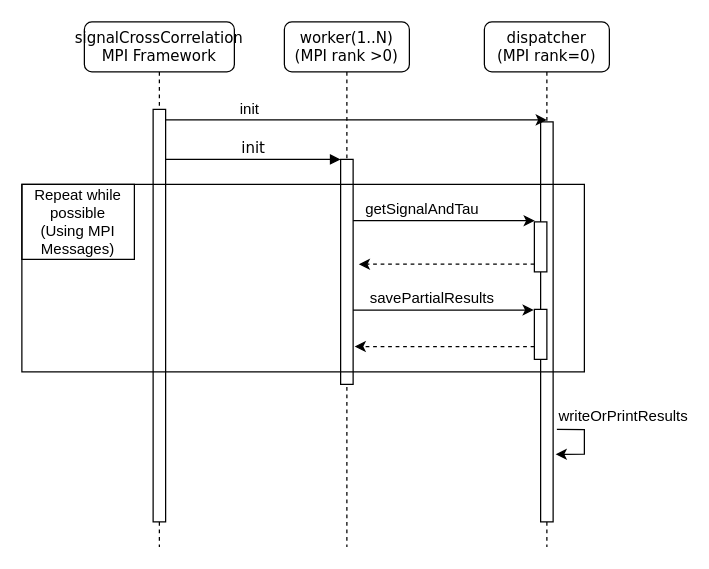
Before: project/version03_MPI/report/crossCorrelationInteraction.drawio in FilipeLopesPires/Multithreaded-WordCount, a draw.io diagram. Source tidied: cells renumbered, new cells numbered last; positions are measured from the earlier drawing's top-left corner, leaving out a move shared by most shapes. Both pictures are drawn from the tidied source at 125%, with x=0, y=0 at pixel (21, 21).
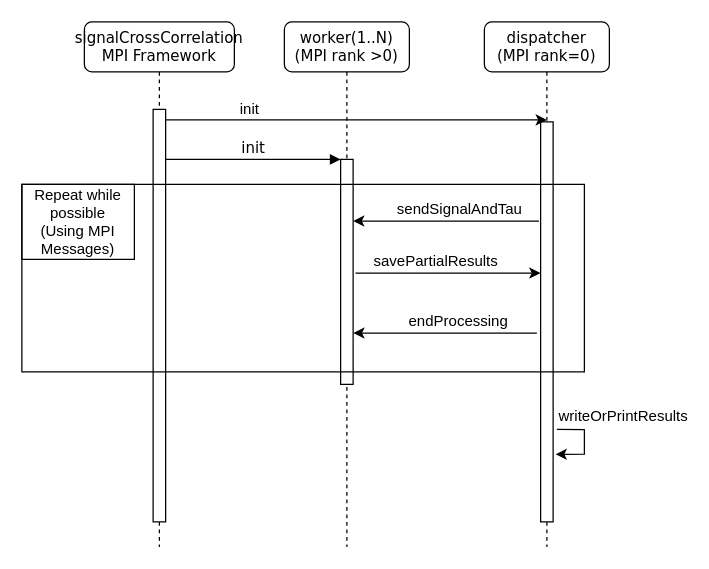
Above is the later version.

Unchanged cells that the change refers to:
```xml
<mxCell id="3" style="html=1;points=[];perimeter=orthogonalPerimeter;rounded=0;shadow=0;comic=0;labelBackgroundColor=none;strokeWidth=1;fontFamily=Verdana;fontSize=12;align=center;" parent="2" vertex="1">
  <mxGeometry x="45" y="110" width="10" height="180" as="geometry" />
</mxCell>
<mxCell id="4" value="dispatcher&lt;br&gt;(MPI rank=0)" style="shape=umlLifeline;perimeter=lifelinePerimeter;whiteSpace=wrap;html=1;rounded=1;shadow=0;comic=0;labelBackgroundColor=none;strokeWidth=1;fontFamily=Verdana;fontSize=12;align=center;" parent="1" vertex="1">
  <mxGeometry x="370" width="100" height="420" as="geometry" />
</mxCell>
<mxCell id="5" style="html=1;points=[];perimeter=orthogonalPerimeter;rounded=0;shadow=0;comic=0;labelBackgroundColor=none;strokeWidth=1;fontFamily=Verdana;fontSize=12;align=center;" parent="4" vertex="1">
  <mxGeometry x="45" y="80" width="10" height="320" as="geometry" />
</mxCell>
```

Diff of the diagram source:
```diff
@@
-    <mxCell id="6" style="html=1;points=[];perimeter=orthogonalPerimeter;rounded=0;shadow=0;comic=0;labelBackgroundColor=none;strokeWidth=1;fontFamily=Verdana;fontSize=12;align=center;" parent="4" vertex="1">
-      <mxGeometry x="40" y="160" width="10" height="40" as="geometry" />
-    </mxCell>
-    <mxCell id="7" style="html=1;points=[];perimeter=orthogonalPerimeter;rounded=0;shadow=0;comic=0;labelBackgroundColor=none;strokeWidth=1;fontFamily=Verdana;fontSize=12;align=center;" parent="4" vertex="1">
-      <mxGeometry x="40" y="230" width="10" height="40" as="geometry" />
-    </mxCell>
-    <mxCell id="8" style="edgeStyle=none;rounded=0;jettySize=auto;html=1;entryX=-0.05;entryY=0.013;entryDx=0;entryDy=0;entryPerimeter=0;" parent="4" edge="1" target="7">
-      <mxGeometry relative="1" as="geometry">
-        <mxPoint x="-105" y="230.5" as="sourcePoint" />
-      </mxGeometry>
-    </mxCell>
-    <mxCell id="9" value="savePartialResults" style="text;html=1;align=center;verticalAlign=middle;labelBackgroundColor=#ffffff;" parent="8" vertex="1">
-      <mxGeometry x="-0.13" y="-1" relative="1" as="geometry">
-        <mxPoint y="-11" as="offset" />
-      </mxGeometry>
-    </mxCell>
-    <mxCell id="10" style="edgeStyle=none;rounded=0;jettySize=auto;html=1;entryX=1.117;entryY=0.776;entryDx=0;entryDy=0;entryPerimeter=0;dashed=1;" parent="4" edge="1" source="7">
-      <mxGeometry relative="1" as="geometry">
-        <mxPoint x="-103.8" y="259.7" as="targetPoint" />
-      </mxGeometry>
-    </mxCell>
@@
+    <mxCell id="21" value="Repeat while&lt;br&gt;possible&lt;br&gt;(Using MPI Messages)" style="rounded=0;whiteSpace=wrap;html=1;fillColor=none;" parent="1" vertex="1">
+      <mxGeometry y="130" width="90" height="60" as="geometry" />
+    </mxCell>
+    <mxCell id="8" style="edgeStyle=none;rounded=0;jettySize=auto;html=1;entryX=-0.014;entryY=0.378;entryDx=0;entryDy=0;entryPerimeter=0;exitX=1.186;exitY=0.506;exitDx=0;exitDy=0;exitPerimeter=0;" parent="1" edge="1" source="3" target="5">
+      <mxGeometry relative="1" as="geometry" />
+    </mxCell>
+    <mxCell id="9" value="savePartialResults" style="text;html=1;align=center;verticalAlign=middle;labelBackgroundColor=#ffffff;" parent="8" vertex="1">
+      <mxGeometry x="-0.13" y="-1" relative="1" as="geometry">
+        <mxPoint y="-11" as="offset" />
+      </mxGeometry>
+    </mxCell>
-    <mxCell id="18" style="edgeStyle=none;rounded=0;jettySize=auto;html=1;entryX=0.033;entryY=-0.023;entryDx=0;entryDy=0;entryPerimeter=0;" parent="1" edge="1" source="3" target="6">
+    <mxCell id="18" style="edgeStyle=none;rounded=0;jettySize=auto;html=1;exitX=-0.129;exitY=0.248;exitDx=0;exitDy=0;exitPerimeter=0;" parent="1" edge="1" source="5" target="3">
       <mxGeometry relative="1" as="geometry" />
     </mxCell>
-    <mxCell id="19" value="getSignalAndTau" style="text;html=1;align=center;verticalAlign=middle;labelBackgroundColor=#ffffff;" parent="18" vertex="1">
+    <mxCell id="19" value="sendSignalAndTau" style="text;html=1;align=center;verticalAlign=middle;labelBackgroundColor=#ffffff;" parent="18" vertex="1">
       <mxGeometry x="-0.25" y="2" relative="1" as="geometry">
-        <mxPoint y="-8" as="offset" />
+        <mxPoint x="-8.3" y="-11.4" as="offset" />
       </mxGeometry>
     </mxCell>
-    <mxCell id="20" style="edgeStyle=none;rounded=0;jettySize=auto;html=1;entryX=1.45;entryY=0.466;entryDx=0;entryDy=0;entryPerimeter=0;dashed=1;" parent="1" edge="1" source="6" target="3">
-      <mxGeometry relative="1" as="geometry" />
-    </mxCell>
-    <mxCell id="21" value="Repeat while&lt;br&gt;possible&lt;br&gt;(Using MPI Messages)" style="rounded=0;whiteSpace=wrap;html=1;fillColor=none;" parent="1" vertex="1">
-      <mxGeometry y="130" width="90" height="60" as="geometry" />
-    </mxCell>
+    <mxCell id="23" style="edgeStyle=none;rounded=0;jettySize=auto;html=1;entryX=1.014;entryY=0.772;entryDx=0;entryDy=0;entryPerimeter=0;" parent="1" edge="1" target="3">
+      <mxGeometry relative="1" as="geometry">
+        <mxPoint x="412" y="249" as="sourcePoint" />
+      </mxGeometry>
+    </mxCell>
+    <mxCell id="24" value="endProcessing" style="text;html=1;align=center;verticalAlign=middle;labelBackgroundColor=#ffffff;" parent="23" vertex="1">
+      <mxGeometry x="-0.25" y="2" relative="1" as="geometry">
+        <mxPoint x="-8.3" y="-11.4" as="offset" />
+      </mxGeometry>
+    </mxCell>
```
